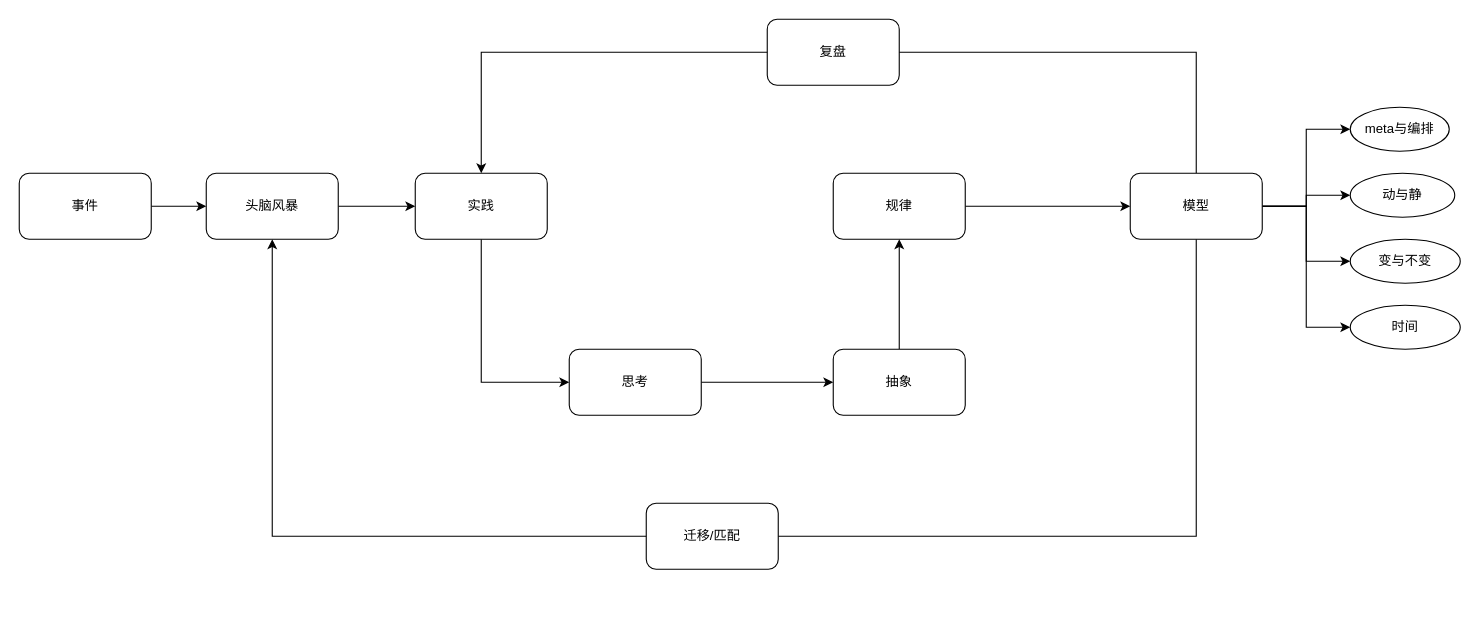
The draw.io diagram menus/模型迁移跨越.drawio in Asamiyaa/microservice-k8s-yun, before the edit. Source tidied: cells renumbered, new cells numbered last; positions are measured from the earlier drawing's top-left corner, leaving out a move shared by most shapes. Both pictures are drawn from the tidied source at 110%, with x=0, y=0 at pixel (19, 19).
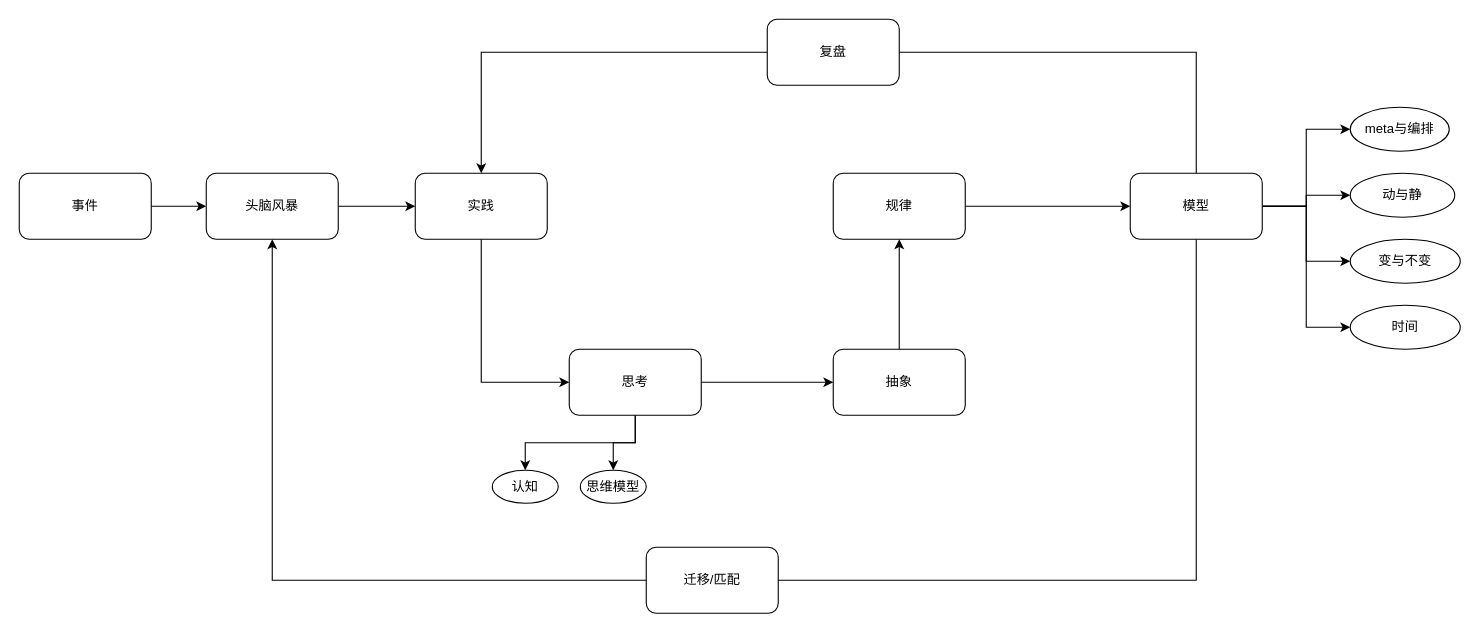
Above is the later version.

Commit message (it also covers changes not shown here):
更新模型迁移跨越.drawio

Unchanged cells that the change refers to:
```xml
<mxCell id="12" value="模型" style="rounded=1;whiteSpace=wrap;html=1;" parent="1" vertex="1">
  <mxGeometry x="1010" y="140" width="120" height="60" as="geometry" />
</mxCell>
<mxCell id="14" value="头脑风暴" style="rounded=1;whiteSpace=wrap;html=1;" parent="1" vertex="1">
  <mxGeometry x="170" y="140" width="120" height="60" as="geometry" />
</mxCell>
<mxCell id="18" value="思考" style="rounded=1;whiteSpace=wrap;html=1;" parent="1" vertex="1">
  <mxGeometry x="500" y="300" width="120" height="60" as="geometry" />
</mxCell>
```

Diff of the diagram source:
```diff
@@
     <mxCell id="6" style="edgeStyle=orthogonalEdgeStyle;rounded=0;jettySize=auto;html=1;exitX=0.5;exitY=1;exitDx=0;exitDy=0;entryX=0.5;entryY=1;entryDx=0;entryDy=0;" parent="1" edge="1" source="12" target="14">
       <mxGeometry relative="1" as="geometry">
         <Array as="points">
-          <mxPoint x="1070" y="470" />
-          <mxPoint x="230" y="470" />
+          <mxPoint x="1070" y="510" />
+          <mxPoint x="230" y="510" />
         </Array>
       </mxGeometry>
     </mxCell>
@@
+    <mxCell id="27" style="edgeStyle=orthogonalEdgeStyle;rounded=0;jettySize=auto;html=1;exitX=0.5;exitY=1;exitDx=0;exitDy=0;" parent="1" edge="1" source="18" target="29">
+      <mxGeometry relative="1" as="geometry" />
+    </mxCell>
+    <mxCell id="28" style="edgeStyle=orthogonalEdgeStyle;rounded=0;jettySize=auto;html=1;exitX=0.5;exitY=1;exitDx=0;exitDy=0;" parent="1" edge="1" source="18" target="30">
+      <mxGeometry relative="1" as="geometry" />
+    </mxCell>
@@
     <mxCell id="23" value="迁移/匹配" style="rounded=1;whiteSpace=wrap;html=1;" parent="1" vertex="1">
-      <mxGeometry x="570" y="440" width="120" height="60" as="geometry" />
+      <mxGeometry x="570" y="480" width="120" height="60" as="geometry" />
     </mxCell>
@@
+    <mxCell id="29" value="认知" style="ellipse;whiteSpace=wrap;html=1;" parent="1" vertex="1">
+      <mxGeometry x="430" y="410" width="60" height="30" as="geometry" />
+    </mxCell>
+    <mxCell id="30" value="思维模型" style="ellipse;whiteSpace=wrap;html=1;" parent="1" vertex="1">
+      <mxGeometry x="510" y="410" width="60" height="30" as="geometry" />
+    </mxCell>
```
